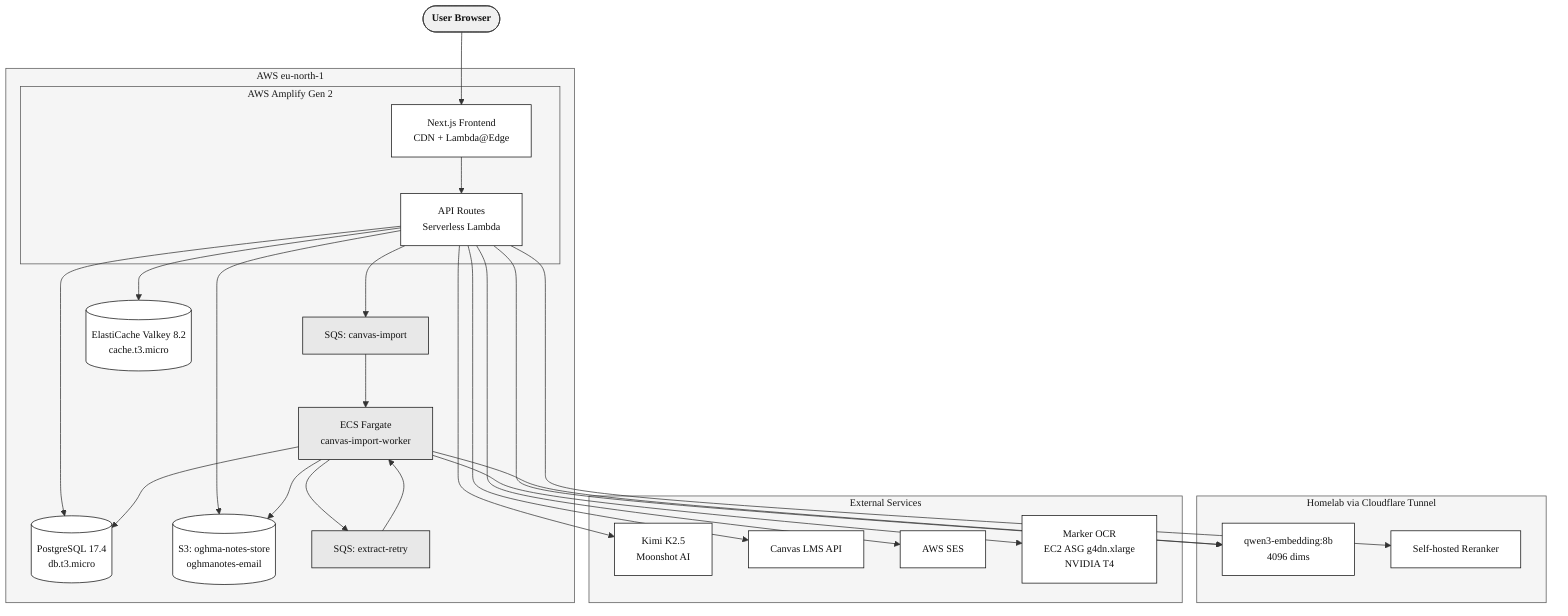
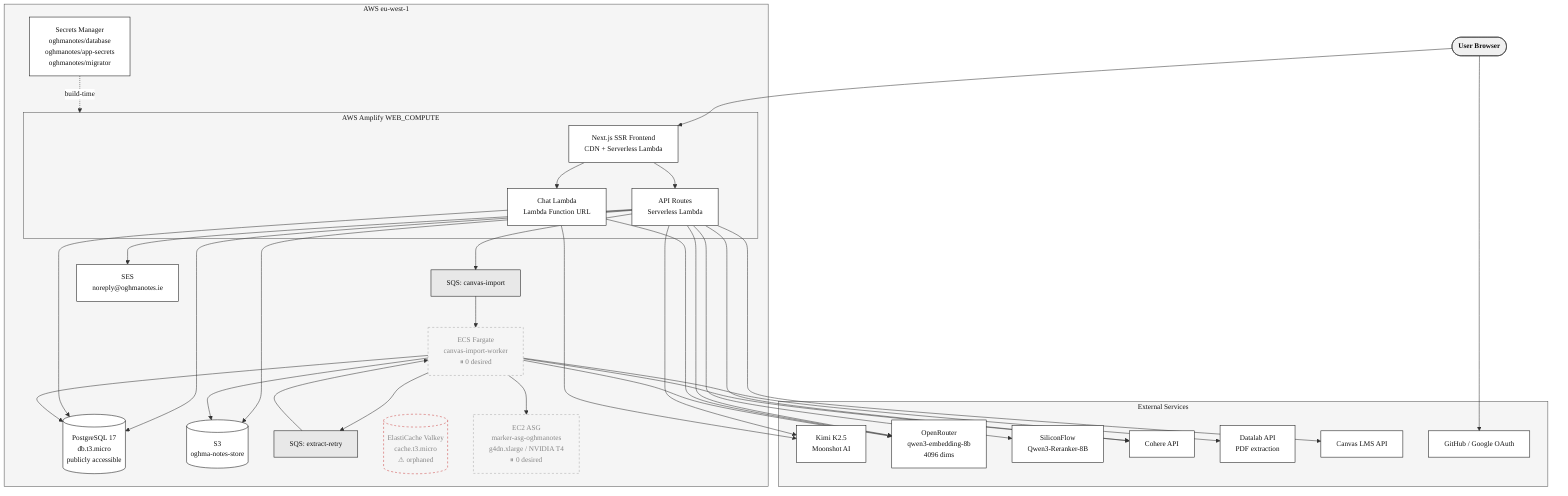
%%{init: {"theme": "base", "themeVariables": {"primaryColor": "#ffffff", "primaryTextColor": "#111111", "primaryBorderColor": "#111111", "lineColor": "#333333", "secondaryColor": "#f0f0f0", "tertiaryColor": "#e8e8e8", "clusterBkg": "#f5f5f5", "clusterBorder": "#555555", "edgeLabelBackground": "#ffffff", "fontFamily": "Georgia, serif", "fontSize": "14px"}}}%%
flowchart TD
    Browser(["User Browser"])

-     subgraph aws["AWS  eu-north-1"]
-         subgraph amplify["AWS Amplify Gen 2"]
-             FE["Next.js Frontend\nCDN + Lambda@Edge"]
+     subgraph aws["AWS  eu-west-1"]
+         subgraph amplify["AWS Amplify  WEB_COMPUTE"]
+             FE["Next.js SSR Frontend\nCDN + Serverless Lambda"]
            API["API Routes\nServerless Lambda"]
+             ChatLambda["Chat Lambda\nLambda Function URL"]
        end
-         RDS[("PostgreSQL 17.4\ndb.t3.micro")]
-         S3[("S3: oghma-notes-store\noghmanotes-email")]
+         RDS[("PostgreSQL 17\ndb.t3.micro\npublicly accessible")]
+         S3[("S3\noghma-notes-store")]
        CIMP["SQS: canvas-import"]
        CRETRY["SQS: extract-retry"]
-         Cache[("ElastiCache Valkey 8.2\ncache.t3.micro")]
-         ECS["ECS Fargate\ncanvas-import-worker"]
-     end
- 
-     subgraph homelab["Homelab via Cloudflare Tunnel"]
-         Embed["qwen3-embedding:8b\n4096 dims"]
-         Rerank["Self-hosted Reranker"]
+         ECS["ECS Fargate\ncanvas-import-worker\n⏸ 0 desired"]
+         Cache[("ElastiCache Valkey\ncache.t3.micro\n⚠ orphaned")]
+         MarkerASG["EC2 ASG\nmarker-asg-oghmanotes\ng4dn.xlarge / NVIDIA T4\n⏸ 0 desired"]
+         SecretsManager["Secrets Manager\noghmanotes/database\noghmanotes/app-secrets\noghmanotes/migrator"]
+         SES["SES\nnoreply@oghmanotes.ie"]
    end

    subgraph external["External Services"]
        LLM["Kimi K2.5\nMoonshot AI"]
-         Canvas["Canvas LMS API"]
-         SES["AWS SES"]
-         Marker["Marker OCR\nEC2 ASG g4dn.xlarge\nNVIDIA T4"]
+         Embed["OpenRouter\nqwen3-embedding-8b\n4096 dims"]
+         Rerank["SiliconFlow\nQwen3-Reranker-8B"]
+         Cohere["Cohere API"]
+         Datalab["Datalab API\nPDF extraction"]
+         CanvasLMS["Canvas LMS API"]
+         OAuth["GitHub / Google OAuth"]
    end

    Browser --> FE
    FE --> API
+     FE --> ChatLambda
    API --> RDS
    API --> S3
-     API --> Cache
    API --> CIMP
+     API --> Embed
+     API --> Rerank
+     API --> LLM
+     API --> CanvasLMS
+     API --> SES
+     API --> Cohere
+     ChatLambda --> RDS
+     ChatLambda --> LLM
+     ChatLambda --> Embed
    CIMP --> ECS
    ECS --> S3
    ECS --> RDS
-     ECS --> Marker
+     ECS --> MarkerASG
+     ECS --> Datalab
+     ECS --> Embed
+     ECS --> Cohere
    ECS --> CRETRY
    CRETRY --> ECS
-     API --> Embed
-     ECS --> Embed
-     API --> Rerank
-     API --> LLM
-     API --> Canvas
-     API --> SES
+     SecretsManager -.->|build-time| amplify
+     Browser --> OAuth

    classDef plain fill:#ffffff,color:#111111,stroke:#111111
    classDef shaded fill:#e8e8e8,color:#111111,stroke:#111111
+     classDef paused fill:#f5f5f5,color:#888888,stroke:#aaaaaa,stroke-dasharray:4
+     classDef orphaned fill:#f5f5f5,color:#888888,stroke:#cc4444,stroke-dasharray:4
    classDef endpoint fill:#f0f0f0,color:#111111,stroke:#333333,font-weight:bold
-     class CIMP,CRETRY,ECS shaded
+     class CIMP,CRETRY shaded
+     class ECS,MarkerASG paused
+     class Cache orphaned
    class Browser endpoint
